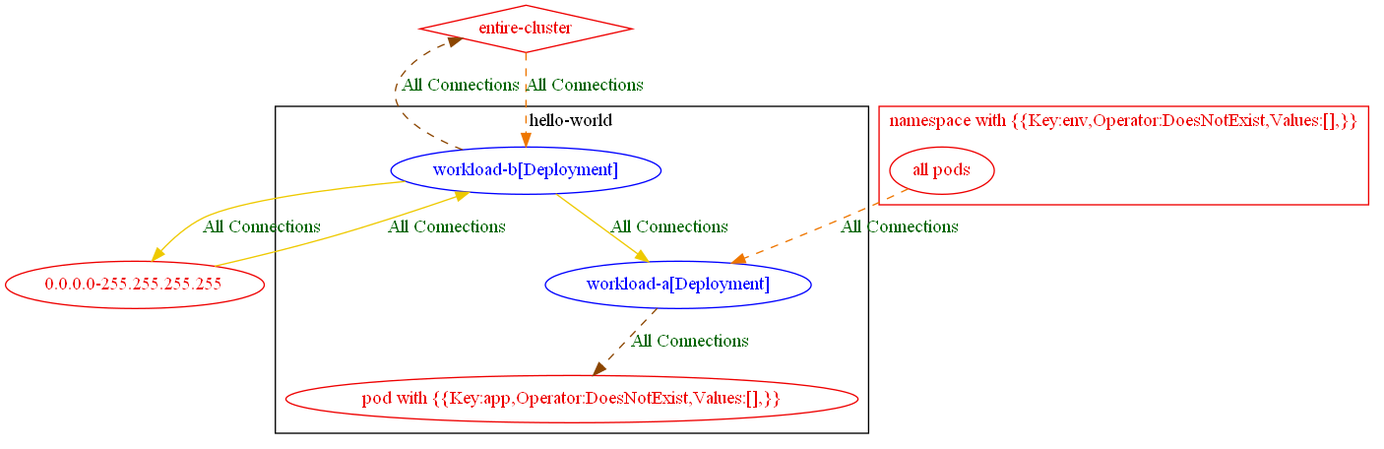
The Graphviz diagram test_outputs/connlist/exposure_test_with_match_expression_does_not_exist_op_exposure_output.dot.png in np-guard/netpol-analyzer, before a commit. Its source is kept beside it as test_outputs/connlist/exposure_test_with_match_expression_does_not_exist_op_exposure_output.dot.
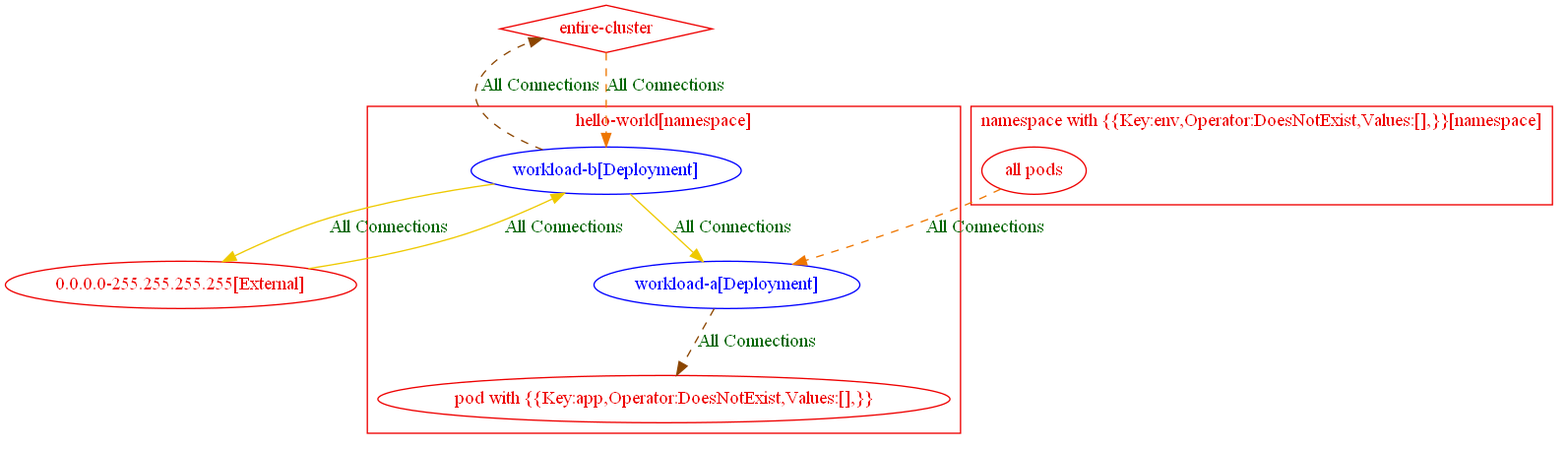
After the change.

Diff of the diagram source:
```diff
@@ -1,25 +1,30 @@
 digraph {
-	subgraph "cluster_hello_world" {
+	subgraph "cluster_hello_world[namespace]" {
 		color="black"
 		fontcolor="black"
 		"hello-world/workload-a[Deployment]" [label="workload-a[Deployment]" color="blue" fontcolor="blue"]
 		"hello-world/workload-b[Deployment]" [label="workload-b[Deployment]" color="blue" fontcolor="blue"]
+		label="hello-world[namespace]"
+	}
+	subgraph "cluster_hello_world[namespace]" {
+		color="red2"
+		fontcolor="red2"
 		"pod with {{Key:app,Operator:DoesNotExist,Values:[],}}_in_hello-world" [label="pod with {{Key:app,Operator:DoesNotExist,Values:[],}}" color="red2" fontcolor="red2"]
-		label="hello-world"
+		label="hello-world[namespace]"
 	}
-	subgraph "cluster_namespace with {{Key:env,Operator:DoesNotExist,Values:[],}}" {
+	subgraph "cluster_namespace with {{Key:env,Operator:DoesNotExist,Values:[],}}[namespace]" {
 		color="red2"
 		fontcolor="red2"
 		"all pods_in_namespace with {{Key:env,Operator:DoesNotExist,Values:[],}}" [label="all pods" color="red2" fontcolor="red2"]
-		label="namespace with {{Key:env,Operator:DoesNotExist,Values:[],}}"
+		label="namespace with {{Key:env,Operator:DoesNotExist,Values:[],}}[namespace]"
 	}
-	"0.0.0.0-255.255.255.255" [label="0.0.0.0-255.255.255.255" color="red2" fontcolor="red2"]
+	"0.0.0.0-255.255.255.255[External]" [label="0.0.0.0-255.255.255.255[External]" color="red2" fontcolor="red2"]
 	"entire-cluster" [label="entire-cluster" color="red2" fontcolor="red2" shape=diamond]
-	"0.0.0.0-255.255.255.255" -> "hello-world/workload-b[Deployment]" [label="All Connections" color="gold2" fontcolor="darkgreen" weight=0.5]
+	"0.0.0.0-255.255.255.255[External]" -> "hello-world/workload-b[Deployment]" [label="All Connections" color="gold2" fontcolor="darkgreen" weight=0.5]
 	"all pods_in_namespace with {{Key:env,Operator:DoesNotExist,Values:[],}}" -> "hello-world/workload-a[Deployment]" [label="All Connections" color="darkorange2" fontcolor="darkgreen" weight=1 style=dashed]
 	"entire-cluster" -> "hello-world/workload-b[Deployment]" [label="All Connections" color="darkorange2" fontcolor="darkgreen" weight=1 style=dashed]
 	"hello-world/workload-a[Deployment]" -> "pod with {{Key:app,Operator:DoesNotExist,Values:[],}}_in_hello-world" [label="All Connections" color="darkorange4" fontcolor="darkgreen" weight=0.5 style=dashed]
-	"hello-world/workload-b[Deployment]" -> "0.0.0.0-255.255.255.255" [label="All Connections" color="gold2" fontcolor="darkgreen" weight=1]
+	"hello-world/workload-b[Deployment]" -> "0.0.0.0-255.255.255.255[External]" [label="All Connections" color="gold2" fontcolor="darkgreen" weight=1]
 	"hello-world/workload-b[Deployment]" -> "entire-cluster" [label="All Connections" color="darkorange4" fontcolor="darkgreen" weight=0.5 style=dashed]
 	"hello-world/workload-b[Deployment]" -> "hello-world/workload-a[Deployment]" [label="All Connections" color="gold2" fontcolor="darkgreen" weight=1]
 }
```
